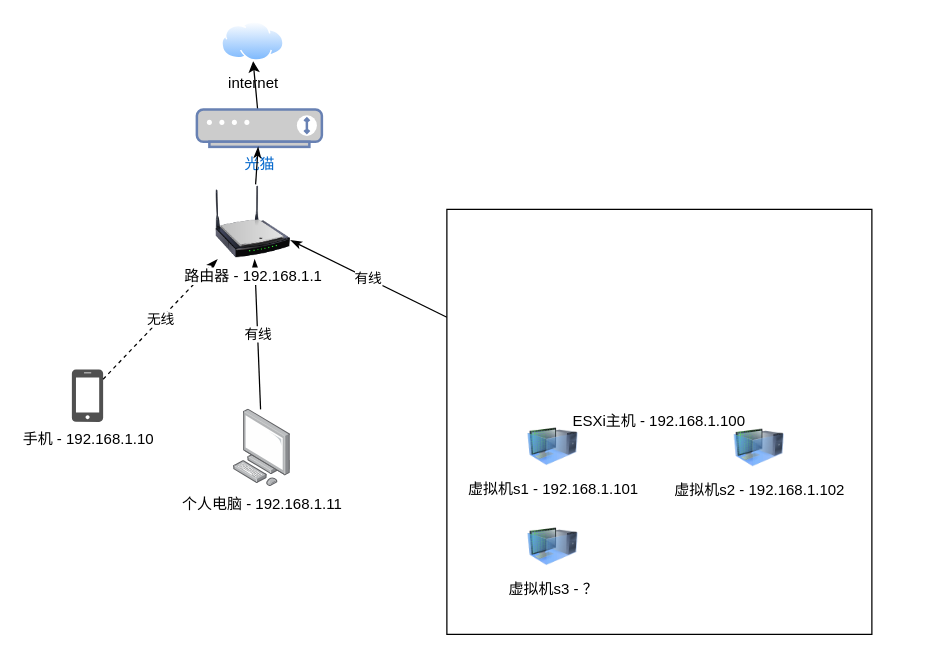
The draw.io diagram home-network-topology-2.drawio in paranoid945/draw.io, before the edit. Source tidied: cells renumbered, new cells numbered last; positions are measured from the earlier drawing's top-left corner, leaving out a move shared by most shapes. Both pictures are drawn from the tidied source at 125%, with x=0, y=0 at pixel (71, 21).
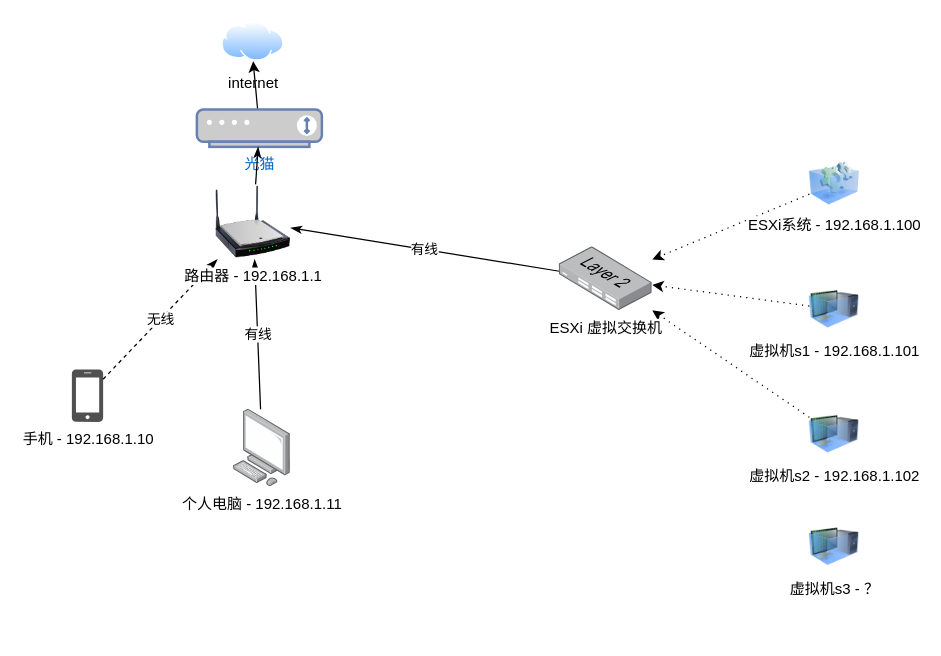
The same page after the edit.

The edit, as a diff of the source:
```diff
@@
 <mxGraphModel>
   <root>
     <mxCell id="0" />
     <mxCell id="1" parent="0" />
     <mxCell id="2" value="internet" style="perimeter=ellipsePerimeter;html=1;align=center;shadow=0;dashed=0;spacingTop=3;image;image=img/lib/active_directory/internet_cloud.svg;" parent="1" vertex="1">
       <mxGeometry x="120" width="50" height="31.5" as="geometry" />
     </mxCell>
     <mxCell id="3" style="rounded=0;jettySize=auto;html=1;entryX=0.5;entryY=1;entryDx=0;entryDy=0;" parent="1" edge="1" source="8" target="2">
       <mxGeometry relative="1" as="geometry" />
     </mxCell>
     <mxCell id="4" value="手机 - 192.168.1.10" style="shadow=0;dashed=0;html=1;strokeColor=none;fillColor=#505050;labelPosition=center;verticalLabelPosition=bottom;verticalAlign=top;outlineConnect=0;align=center;shape=mxgraph.office.devices.cell_phone_iphone_standalone;" parent="1" vertex="1">
       <mxGeometry y="278" width="25" height="42" as="geometry" />
     </mxCell>
     <mxCell id="5" value="&lt;div&gt;无线&lt;/div&gt;" style="endArrow=classicThin;dashed=1;html=1;startArrow=none;startFill=0;rounded=1;endFill=1;strokeWidth=1;" parent="1" edge="1" source="4" target="10">
       <mxGeometry relative="1" as="geometry" />
     </mxCell>
     <mxCell id="6" value="有线" style="edgeStyle=none;rounded=1;jettySize=auto;html=1;startArrow=none;startFill=0;endArrow=classicThin;endFill=1;strokeWidth=1;" parent="1" edge="1" source="7" target="10">
       <mxGeometry relative="1" as="geometry" />
     </mxCell>
     <mxCell id="7" value="个人电脑 - 192.168.1.11" style="points=[];html=1;align=center;shadow=0;dashed=0;image;image=img/lib/allied_telesis/computer_and_terminals/Personal_Computer.svg;" parent="1" vertex="1">
       <mxGeometry x="129.4" y="310" width="45.6" height="61.8" as="geometry" />
     </mxCell>
     <mxCell id="8" value="光猫" style="fontColor=#0066CC;verticalAlign=top;verticalLabelPosition=bottom;labelPosition=center;align=center;html=1;outlineConnect=0;fillColor=#CCCCCC;strokeColor=#6881B3;gradientColor=none;gradientDirection=north;strokeWidth=2;shape=mxgraph.networks.modem;" parent="1" vertex="1">
       <mxGeometry x="100" y="70" width="100" height="30" as="geometry" />
     </mxCell>
     <mxCell id="9" style="edgeStyle=none;rounded=1;jettySize=auto;html=1;startArrow=none;startFill=0;endArrow=classicThin;endFill=1;strokeWidth=1;" parent="1" edge="1" source="10" target="8">
       <mxGeometry relative="1" as="geometry" />
     </mxCell>
     <mxCell id="10" value="路由器 - 192.168.1.1" style="image;html=1;image=img/lib/clip_art/networking/Wireless_Router_N_128x128.png;" parent="1" vertex="1">
       <mxGeometry x="115" y="130" width="60" height="60" as="geometry" />
     </mxCell>
-    <mxCell id="11" value="有线" style="edgeStyle=none;rounded=1;jettySize=auto;html=1;startArrow=none;startFill=0;endArrow=classicThin;endFill=1;strokeWidth=1;" parent="1" edge="1" source="12" target="10">
+    <mxCell id="11" value="有线" style="edgeStyle=none;rounded=1;jettySize=auto;html=1;startArrow=none;startFill=0;endArrow=classicThin;endFill=1;strokeWidth=1;" parent="1" edge="1" source="18" target="10">
       <mxGeometry relative="1" as="geometry" />
     </mxCell>
-    <mxCell id="12" value="ESXi主机 - 192.168.1.100" style="whiteSpace=wrap;html=1;" parent="1" vertex="1">
-      <mxGeometry x="300" y="150" width="340" height="340" as="geometry" />
-    </mxCell>
+    <mxCell id="16" style="rounded=0;jettySize=auto;html=1;dashed=1;dashPattern=1 4;" parent="1" edge="1" source="13" target="18">
+      <mxGeometry relative="1" as="geometry" />
+    </mxCell>
     <mxCell id="13" value="虚拟机s1 - 192.168.1.101" style="image;html=1;image=img/lib/clip_art/computers/Virtual_Machine_128x128.png;" parent="1" vertex="1">
-      <mxGeometry x="365" y="320" width="40" height="40" as="geometry" />
+      <mxGeometry x="590" y="210" width="40" height="40" as="geometry" />
     </mxCell>
+    <mxCell id="17" style="rounded=0;jettySize=auto;html=1;dashed=1;dashPattern=1 4;" parent="1" edge="1" source="14" target="18">
+      <mxGeometry relative="1" as="geometry" />
+    </mxCell>
     <mxCell id="14" value="虚拟机s2 - 192.168.1.102" style="image;html=1;image=img/lib/clip_art/computers/Virtual_Machine_128x128.png;" parent="1" vertex="1">
-      <mxGeometry x="530" y="320.9" width="40" height="40" as="geometry" />
+      <mxGeometry x="590" y="310" width="40" height="40" as="geometry" />
     </mxCell>
     <mxCell id="15" value="虚拟机s3 - ？" style="image;html=1;image=img/lib/clip_art/computers/Virtual_Machine_128x128.png;" parent="1" vertex="1">
-      <mxGeometry x="365" y="400" width="40" height="40" as="geometry" />
+      <mxGeometry x="590" y="400" width="40" height="40" as="geometry" />
     </mxCell>
+    <mxCell id="18" value="ESXi 虚拟交换机" style="points=[];html=1;align=center;shadow=0;dashed=0;image;image=img/lib/allied_telesis/switch/Switch_24_port_L2.svg;" parent="1" vertex="1">
+      <mxGeometry x="390" y="180" width="74.4" height="51" as="geometry" />
+    </mxCell>
+    <mxCell id="19" style="rounded=0;jettySize=auto;html=1;dashed=1;dashPattern=1 4;" parent="1" edge="1" source="20" target="18">
+      <mxGeometry relative="1" as="geometry" />
+    </mxCell>
+    <mxCell id="20" value="ESXi系统 - 192.168.1.100" style="image;html=1;image=img/lib/clip_art/computers/Virtual_Application_128x128.png;" parent="1" vertex="1">
+      <mxGeometry x="590" y="110" width="40" height="39" as="geometry" />
+    </mxCell>
   </root>
 </mxGraphModel>
```
